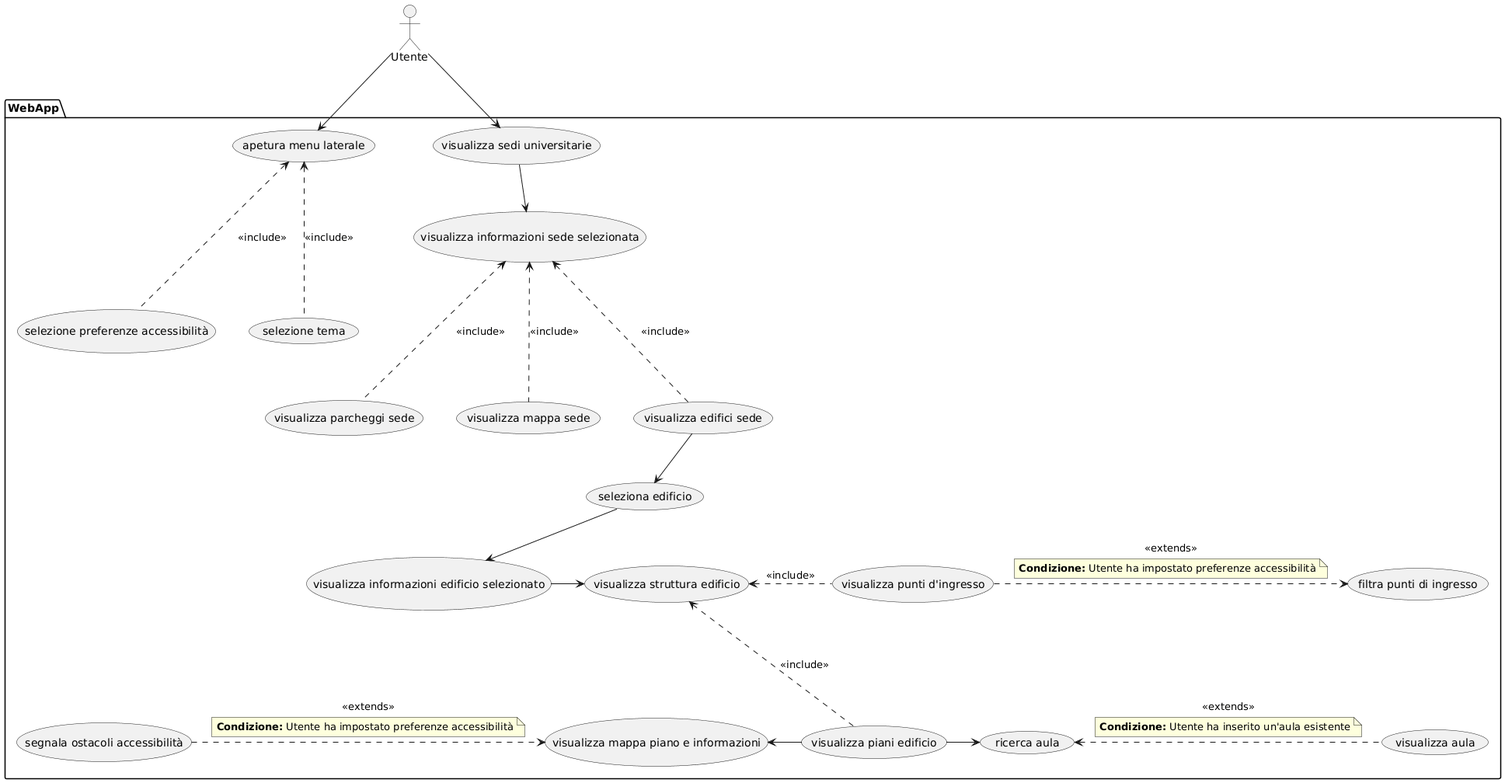
Before: Diagrammi UML/Use Case/Use case Diagram.png, a diagram exported from PlantUML (F-Bucci/AccessiBG).
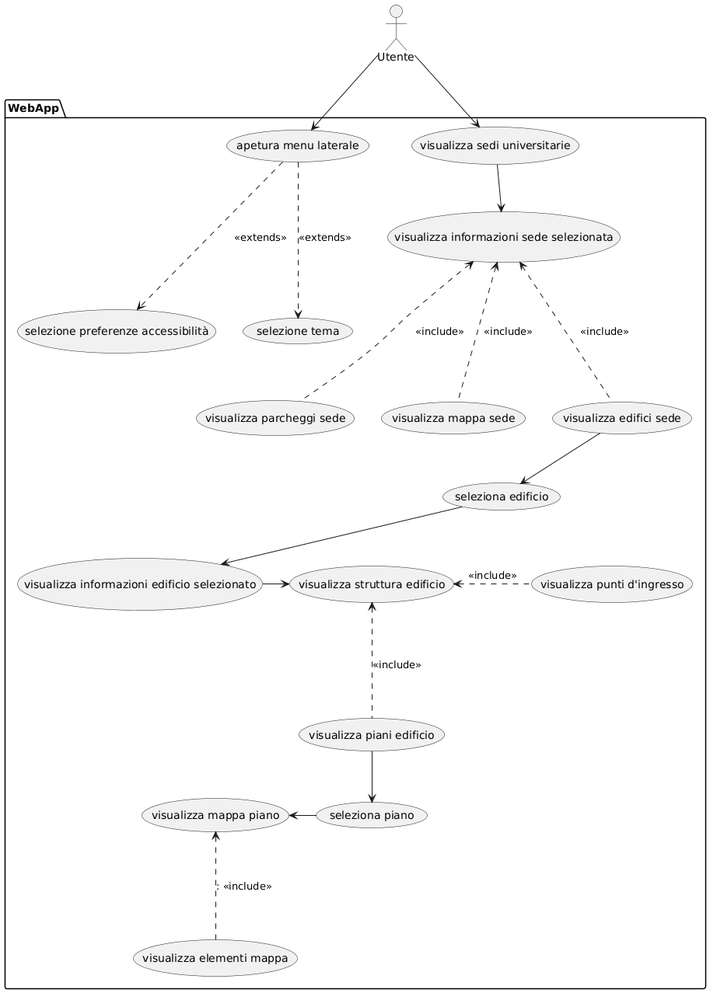
The same diagram one commit later.

Commit message:
Completamento use case

Change to the diagram source:
```diff
@@ -13,16 +13,14 @@
 (seleziona edificio) as (sEdificio)
 (visualizza informazioni edificio selezionato) as (vEdificio)
 (visualizza punti d'ingresso) as (ingresso)
-(filtra punti di ingresso) as (filtraingresso)
 (visualizza struttura edificio) as (struttura)
 (visualizza piani edificio) as (vPiani)
-(visualizza mappa piano e informazioni) as (infoMappa)
-(segnala ostacoli accessibilità) as (ost)
-(ricerca aula) as (raula)
-(visualizza aula) as (vaula)
+(visualizza mappa piano) as (infoMappa)
+(seleziona piano) as (sPiano)
+(visualizza elementi mappa) as (em)
 
-(menu) <--. (pref) : <<include>>
-(menu) <--. (tema) : <<include>>
+(menu) --.> (pref) : <<extends>>
+(menu) --.> (tema) : <<extends>>
 (vSedi) -down-> (infoSede)
 (infoSede) <--. (park) : <<include>>
 (infoSede) <--. (mappasede) : <<include>>
@@ -30,24 +28,12 @@
 (eSedi) --> (sEdificio)
 (sEdificio) --> (vEdificio)
 (struttura) <-right-. (ingresso) : <<include>>
-(ingresso) -right-.> (filtraingresso) : <<extends>>
-
-note on link
-  **Condizione:** Utente ha impostato preferenze accessibilità
-end note
 
 (vEdificio) -right-> (struttura)
 (struttura) <--. (vPiani) : <<include>>
-(vPiani) -left-> (infoMappa)
-(infoMappa) <-left-. (ost) : <<extends>>
-note on link
-  **Condizione:** Utente ha impostato preferenze accessibilità
-end note
-(vPiani) -right-> (raula)
-(raula) <-right-. (vaula) : <<extends>>
-note on link
-  **Condizione:** Utente ha inserito un'aula esistente
-end note
+(vPiani) --> (sPiano)
+(sPiano) -left-> (infoMappa)
+(infoMappa) <.-- (em) :: <<include>>
 }
 Ut --> (vSedi)
 Ut --> (menu)
```
